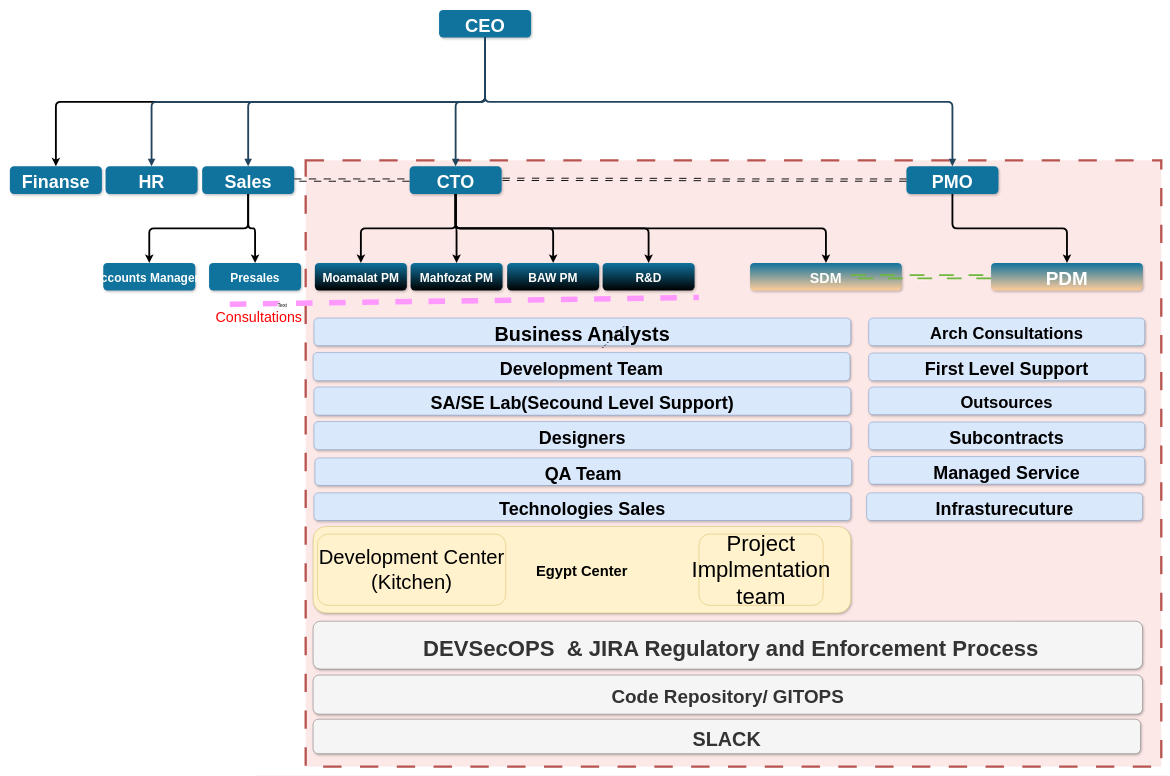
Before: Untitled Diagram9.drawio in Basharabulaban/dataserve, a draw.io diagram. Source tidied: cells renumbered, new cells numbered last; positions are measured from the earlier drawing's top-left corner, leaving out a move shared by most shapes. Both pictures are drawn from the tidied source at 46%, with x=0, y=0 at pixel (10, 10).
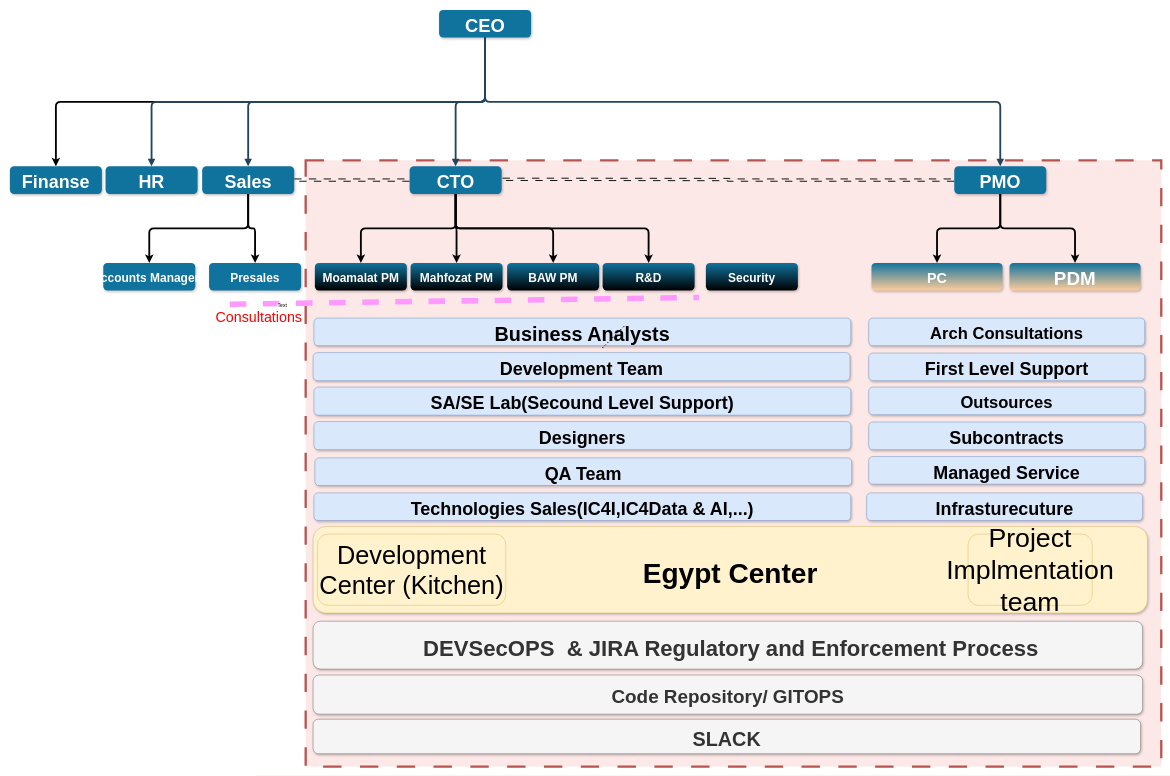
After the change.

The change refers to these unchanged cells:
```xml
<mxCell id="27" value="CTO" style="rounded=1;fillColor=#10739E;strokeColor=none;shadow=1;gradientColor=none;fontStyle=1;fontColor=#FFFFFF;fontSize=39;" parent="1" vertex="1">
  <mxGeometry x="869" y="340" width="200" height="60" as="geometry" />
</mxCell>
```

The edit, as a diff of the source:
```diff
@@
     <mxCell id="11" value="PMO " style="rounded=1;fillColor=#10739E;strokeColor=none;shadow=1;gradientColor=none;fontStyle=1;fontColor=#FFFFFF;fontSize=39;" parent="1" vertex="1">
-      <mxGeometry x="1949" y="340" width="200" height="60" as="geometry" />
+      <mxGeometry x="2053" y="340" width="200" height="60" as="geometry" />
     </mxCell>
@@
-    <mxCell id="20" value="SDM" style="rounded=1;fillColor=#10739E;strokeColor=none;shadow=1;gradientColor=#FFCC99;fontStyle=1;fontColor=#FFFFFF;fontSize=31;" parent="1" vertex="1">
-      <mxGeometry x="1609" y="550" width="330" height="60" as="geometry" />
+    <mxCell id="20" value="PC" style="rounded=1;fillColor=#10739E;strokeColor=none;shadow=1;gradientColor=#FFCC99;fontStyle=1;fontColor=#FFFFFF;fontSize=31;" parent="1" vertex="1">
+      <mxGeometry x="1873" y="550" width="285" height="60" as="geometry" />
     </mxCell>
@@
-    <mxCell id="24" style="edgeStyle=orthogonalEdgeStyle;rounded=1;jettySize=auto;html=1;strokeWidth=4;exitX=0.5;exitY=1;exitDx=0;exitDy=0;fontSize=39;" parent="1" edge="1" source="27" target="20">
+    <mxCell id="24" style="edgeStyle=orthogonalEdgeStyle;rounded=1;jettySize=auto;html=1;strokeWidth=4;exitX=0.5;exitY=1;exitDx=0;exitDy=0;fontSize=39;" parent="1" edge="1" source="11" target="20">
       <mxGeometry relative="1" as="geometry" />
     </mxCell>
@@
     <mxCell id="29" value="PDM" style="rounded=1;fillColor=#10739E;strokeColor=none;shadow=1;gradientColor=#FFCC99;fontStyle=1;fontColor=#FFFFFF;fontSize=41;" parent="1" vertex="1">
-      <mxGeometry x="2133" y="550" width="330" height="60" as="geometry" />
+      <mxGeometry x="2173" y="550" width="285" height="60" as="geometry" />
     </mxCell>
-    <mxCell id="30" value="Egypt Center" style="rounded=1;fillColor=#fff2cc;strokeColor=#d6b656;shadow=1;fontStyle=1;fontSize=32;verticalAlign=middle;labelPosition=center;verticalLabelPosition=middle;align=center;" parent="1" vertex="1">
-      <mxGeometry x="659.2" y="1123" width="1168.8" height="188" as="geometry" />
+    <mxCell id="30" value="Egypt Center" style="rounded=1;fillColor=#fff2cc;strokeColor=#d6b656;shadow=1;fontStyle=1;fontSize=61;verticalAlign=middle;labelPosition=center;verticalLabelPosition=middle;align=center;" parent="1" vertex="1">
+      <mxGeometry x="659.2" y="1123" width="1813.8" height="188" as="geometry" />
     </mxCell>
@@
-    <mxCell id="36" value="&lt;font style=&quot;font-size: 44px;&quot;&gt;Development Center (Kitchen)&lt;/font&gt;" style="rounded=1;whiteSpace=wrap;html=1;fontSize=44;fillColor=#fff2cc;strokeColor=#d6b656;" parent="1" vertex="1">
+    <mxCell id="36" value="&lt;font style=&quot;font-size: 55px;&quot;&gt;Development Center (Kitchen)&lt;/font&gt;" style="rounded=1;whiteSpace=wrap;html=1;fontSize=55;fillColor=#fff2cc;strokeColor=#d6b656;" parent="1" vertex="1">
       <mxGeometry x="668.6" y="1139.5" width="409.4" height="155" as="geometry" />
     </mxCell>
-    <mxCell id="37" value="Project Implmentation team&lt;font style=&quot;font-size: 48px;&quot;&gt;&lt;font style=&quot;font-size: 48px;&quot;&gt;&lt;br style=&quot;font-size: 48px;&quot;&gt;&lt;/font&gt;&lt;/font&gt;" style="rounded=1;whiteSpace=wrap;html=1;fontSize=48;fillColor=#fff2cc;strokeColor=#d6b656;" parent="1" vertex="1">
-      <mxGeometry x="1498" y="1139.5" width="270" height="155" as="geometry" />
+    <mxCell id="37" value="Project Implmentation team&lt;font style=&quot;font-size: 58px;&quot;&gt;&lt;font style=&quot;font-size: 58px;&quot;&gt;&lt;br style=&quot;font-size: 58px;&quot;&gt;&lt;/font&gt;&lt;/font&gt;" style="rounded=1;whiteSpace=wrap;html=1;fontSize=58;fillColor=#fff2cc;strokeColor=#d6b656;" parent="1" vertex="1">
+      <mxGeometry x="2083" y="1139.5" width="270" height="155" as="geometry" />
     </mxCell>
@@
-    <mxCell id="41" value="Technologies Sales " style="rounded=1;fillColor=#dae8fc;strokeColor=#6c8ebf;shadow=1;fontStyle=1;fontSize=39;" parent="1" vertex="1">
+    <mxCell id="41" value="Technologies Sales(IC4I,IC4Data &amp; AI,...)" style="rounded=1;fillColor=#dae8fc;strokeColor=#6c8ebf;shadow=1;fontStyle=1;fontSize=39;" parent="1" vertex="1">
       <mxGeometry x="661" y="1050" width="1167" height="60" as="geometry" />
     </mxCell>
@@
-    <mxCell id="52" style="endArrow=classic;html=1;rounded=0;entryX=0;entryY=0.5;entryDx=0;entryDy=0;strokeWidth=4;strokeColor=#6FB83F;jumpSize=12;dashed=1;dashPattern=8 8;shape=link;fillColor=#f8cecc;" parent="1" edge="1" target="29">
-      <mxGeometry relative="1" as="geometry">
-        <mxPoint x="1828" y="580" as="sourcePoint" />
-      </mxGeometry>
-    </mxCell>
-    <mxCell id="53" style="shape=message;html=1;strokeWidth=11;strokeColor=none;" parent="52" vertex="1">
-      <mxGeometry width="20" height="1" relative="1" as="geometry">
-        <mxPoint x="-10" y="7" as="offset" />
-      </mxGeometry>
-    </mxCell>
@@
+    <mxCell id="57" value="Security" style="rounded=1;fillColor=#10739E;strokeColor=none;shadow=1;gradientColor=default;fontStyle=1;fontColor=#FFFFFF;fontSize=26;" parent="1" vertex="1">
+      <mxGeometry x="1513" y="550" width="200" height="60" as="geometry" />
+    </mxCell>
```
